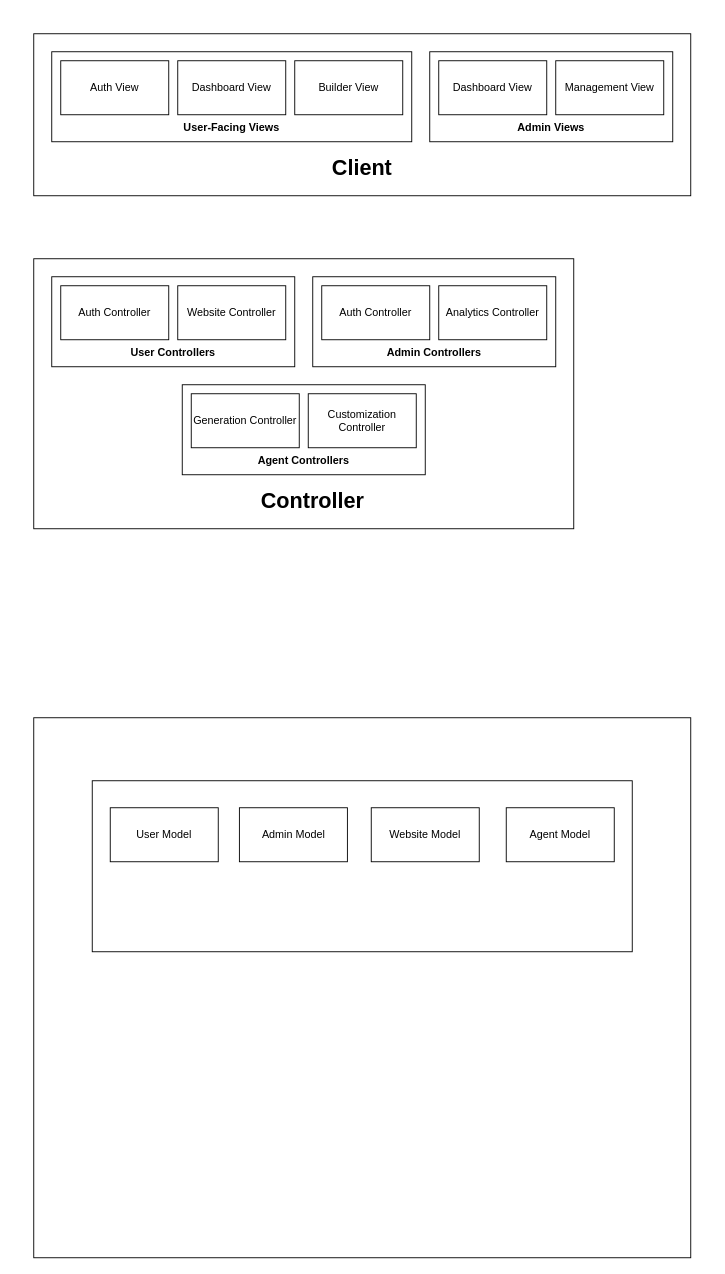
FrozenEnigma51051/Draw.io keeps this draw.io diagram as page "Page-8" (8 of 8) of Untitled Diagram.drawio. Above is the earlier version. Source tidied: cells renumbered, new cells numbered last; positions are measured from the earlier drawing's top-left corner, leaving out a move shared by most shapes. Both pictures are drawn from the tidied source at 90%, with x=0, y=0 at pixel (33, 33).
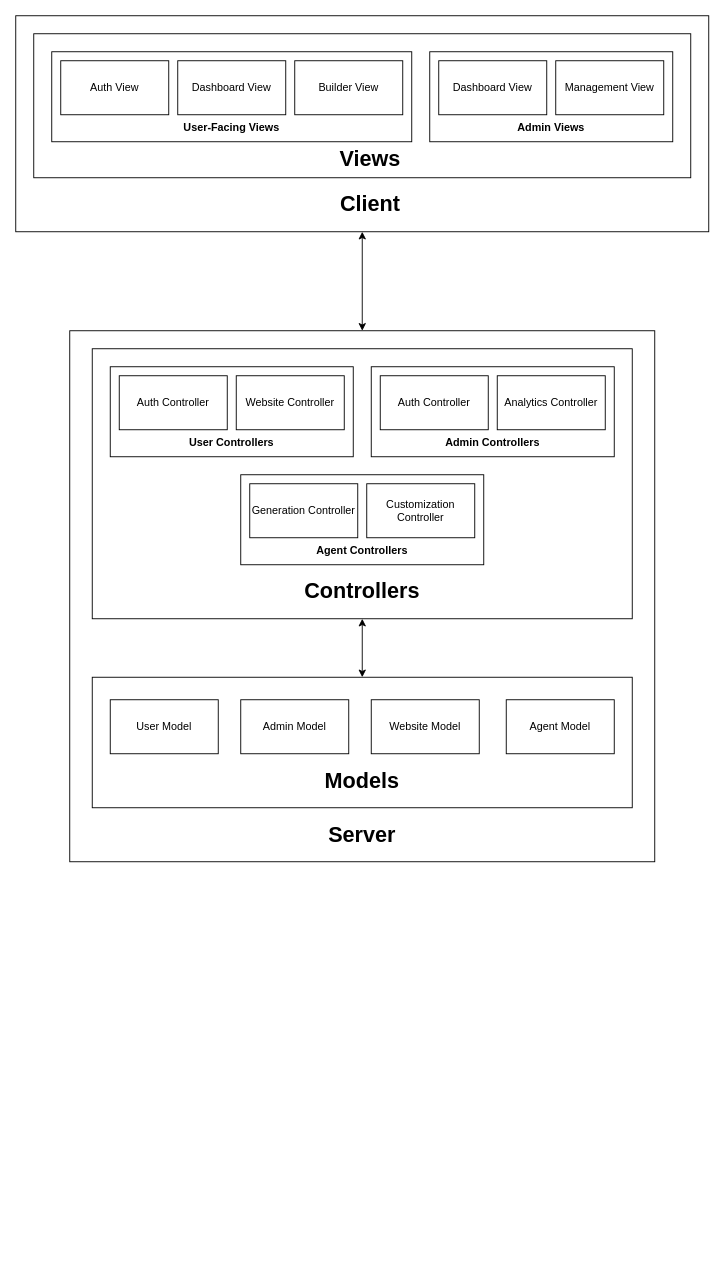
The same page after the edit.

The edit, as a diff of the source:
```diff
@@
     <mxCell id="2" style="rounded=0;whiteSpace=wrap;html=1;" parent="1" vertex="1">
-      <mxGeometry width="730" height="180" as="geometry" />
+      <mxGeometry x="-20" y="-20" width="770" height="240" as="geometry" />
     </mxCell>
+    <mxCell id="33" style="rounded=0;whiteSpace=wrap;html=1;" parent="1" vertex="1">
+      <mxGeometry width="730" height="160" as="geometry" />
+    </mxCell>
@@
     <mxCell id="12" value="&lt;font style=&quot;font-size: 24px;&quot;&gt;&lt;b&gt;Client&lt;/b&gt;&lt;/font&gt;" style="text;strokeColor=none;align=center;fillColor=none;html=1;verticalAlign=middle;whiteSpace=wrap;rounded=0;" parent="1" vertex="1">
-      <mxGeometry x="330" y="130" width="70" height="40" as="geometry" />
+      <mxGeometry x="339" y="170" width="70" height="40" as="geometry" />
     </mxCell>
     <mxCell id="13" style="rounded=0;whiteSpace=wrap;html=1;" parent="1" vertex="1">
-      <mxGeometry y="760" width="730" height="600" as="geometry" />
+      <mxGeometry x="40" y="330" width="650" height="590" as="geometry" />
     </mxCell>
     <mxCell id="14" style="rounded=0;whiteSpace=wrap;html=1;" parent="1" vertex="1">
-      <mxGeometry x="65" y="830" width="600" height="190" as="geometry" />
+      <mxGeometry x="65" y="715" width="600" height="145" as="geometry" />
     </mxCell>
     <mxCell id="15" value="User Model" style="rounded=0;whiteSpace=wrap;html=1;" parent="1" vertex="1">
-      <mxGeometry x="85" y="860" width="120" height="60" as="geometry" />
+      <mxGeometry x="85" y="740" width="120" height="60" as="geometry" />
     </mxCell>
     <mxCell id="16" value="Admin Model" style="rounded=0;whiteSpace=wrap;html=1;" parent="1" vertex="1">
-      <mxGeometry x="228.5" y="860" width="120" height="60" as="geometry" />
+      <mxGeometry x="230" y="740" width="120" height="60" as="geometry" />
     </mxCell>
     <mxCell id="17" value="Website Model" style="rounded=0;whiteSpace=wrap;html=1;" parent="1" vertex="1">
-      <mxGeometry x="375" y="860" width="120" height="60" as="geometry" />
+      <mxGeometry x="375" y="740" width="120" height="60" as="geometry" />
     </mxCell>
     <mxCell id="18" value="Agent Model" style="rounded=0;whiteSpace=wrap;html=1;" parent="1" vertex="1">
-      <mxGeometry x="525" y="860" width="120" height="60" as="geometry" />
+      <mxGeometry x="525" y="740" width="120" height="60" as="geometry" />
     </mxCell>
     <mxCell id="19" style="rounded=0;whiteSpace=wrap;html=1;" parent="1" vertex="1">
-      <mxGeometry y="250" width="600" height="300" as="geometry" />
+      <mxGeometry x="65" y="350" width="600" height="300" as="geometry" />
     </mxCell>
     <mxCell id="20" style="rounded=0;whiteSpace=wrap;html=1;" parent="1" vertex="1">
-      <mxGeometry x="20" y="270" width="270" height="100" as="geometry" />
+      <mxGeometry x="85" y="370" width="270" height="100" as="geometry" />
     </mxCell>
     <mxCell id="21" style="rounded=0;whiteSpace=wrap;html=1;" parent="1" vertex="1">
-      <mxGeometry x="310" y="270" width="270" height="100" as="geometry" />
+      <mxGeometry x="375" y="370" width="270" height="100" as="geometry" />
     </mxCell>
     <mxCell id="22" value="&lt;b&gt;User Controllers&lt;/b&gt;" style="text;strokeColor=none;align=center;fillColor=none;html=1;verticalAlign=middle;whiteSpace=wrap;rounded=0;" parent="1" vertex="1">
-      <mxGeometry x="100" y="340" width="110" height="30" as="geometry" />
+      <mxGeometry x="165" y="440" width="110" height="30" as="geometry" />
     </mxCell>
     <mxCell id="23" value="&lt;b&gt;Admin Controllers&lt;/b&gt;" style="text;strokeColor=none;align=center;fillColor=none;html=1;verticalAlign=middle;whiteSpace=wrap;rounded=0;" parent="1" vertex="1">
-      <mxGeometry x="390" y="340" width="110" height="30" as="geometry" />
+      <mxGeometry x="455" y="440" width="110" height="30" as="geometry" />
     </mxCell>
     <mxCell id="24" value="Auth Controller" style="rounded=0;whiteSpace=wrap;html=1;" parent="1" vertex="1">
-      <mxGeometry x="30" y="280" width="120" height="60" as="geometry" />
+      <mxGeometry x="95" y="380" width="120" height="60" as="geometry" />
     </mxCell>
     <mxCell id="25" value="Website Controller" style="rounded=0;whiteSpace=wrap;html=1;" parent="1" vertex="1">
-      <mxGeometry x="160" y="280" width="120" height="60" as="geometry" />
+      <mxGeometry x="225" y="380" width="120" height="60" as="geometry" />
     </mxCell>
     <mxCell id="26" value="Auth Controller" style="rounded=0;whiteSpace=wrap;html=1;" parent="1" vertex="1">
-      <mxGeometry x="320" y="280" width="120" height="60" as="geometry" />
+      <mxGeometry x="385" y="380" width="120" height="60" as="geometry" />
     </mxCell>
     <mxCell id="27" value="Analytics Controller" style="rounded=0;whiteSpace=wrap;html=1;" parent="1" vertex="1">
-      <mxGeometry x="450" y="280" width="120" height="60" as="geometry" />
+      <mxGeometry x="515" y="380" width="120" height="60" as="geometry" />
     </mxCell>
-    <mxCell id="28" value="&lt;span style=&quot;font-size: 24px;&quot;&gt;&lt;b&gt;Controller&lt;/b&gt;&lt;/span&gt;" style="text;strokeColor=none;align=center;fillColor=none;html=1;verticalAlign=middle;whiteSpace=wrap;rounded=0;" parent="1" vertex="1">
-      <mxGeometry x="275" y="500" width="70" height="40" as="geometry" />
+    <mxCell id="28" value="&lt;span style=&quot;font-size: 24px;&quot;&gt;&lt;b&gt;Controllers&lt;/b&gt;&lt;/span&gt;" style="text;strokeColor=none;align=center;fillColor=none;html=1;verticalAlign=middle;whiteSpace=wrap;rounded=0;" parent="1" vertex="1">
+      <mxGeometry x="330" y="600" width="70" height="40" as="geometry" />
     </mxCell>
     <mxCell id="29" style="rounded=0;whiteSpace=wrap;html=1;" parent="1" vertex="1">
-      <mxGeometry x="165" y="390" width="270" height="100" as="geometry" />
+      <mxGeometry x="230" y="490" width="270" height="100" as="geometry" />
     </mxCell>
     <mxCell id="30" value="&lt;b&gt;Agent Controllers&lt;/b&gt;" style="text;strokeColor=none;align=center;fillColor=none;html=1;verticalAlign=middle;whiteSpace=wrap;rounded=0;" parent="1" vertex="1">
-      <mxGeometry x="245" y="460" width="110" height="30" as="geometry" />
+      <mxGeometry x="310" y="560" width="110" height="30" as="geometry" />
     </mxCell>
     <mxCell id="31" value="Generation Controller" style="rounded=0;whiteSpace=wrap;html=1;" parent="1" vertex="1">
-      <mxGeometry x="175" y="400" width="120" height="60" as="geometry" />
+      <mxGeometry x="240" y="500" width="120" height="60" as="geometry" />
     </mxCell>
     <mxCell id="32" value="Customization Controller" style="rounded=0;whiteSpace=wrap;html=1;" parent="1" vertex="1">
-      <mxGeometry x="305" y="400" width="120" height="60" as="geometry" />
+      <mxGeometry x="370" y="500" width="120" height="60" as="geometry" />
     </mxCell>
+    <mxCell id="34" value="&lt;span style=&quot;font-size: 24px;&quot;&gt;&lt;b&gt;Models&lt;/b&gt;&lt;/span&gt;" style="text;strokeColor=none;align=center;fillColor=none;html=1;verticalAlign=middle;whiteSpace=wrap;rounded=0;" parent="1" vertex="1">
+      <mxGeometry x="330" y="810" width="70" height="40" as="geometry" />
+    </mxCell>
+    <mxCell id="35" value="&lt;span style=&quot;font-size: 24px;&quot;&gt;&lt;b&gt;Server&lt;/b&gt;&lt;/span&gt;" style="text;strokeColor=none;align=center;fillColor=none;html=1;verticalAlign=middle;whiteSpace=wrap;rounded=0;" parent="1" vertex="1">
+      <mxGeometry x="330" y="870" width="70" height="40" as="geometry" />
+    </mxCell>
+    <mxCell id="36" value="&lt;span style=&quot;font-size: 24px;&quot;&gt;&lt;b&gt;Views&lt;/b&gt;&lt;/span&gt;" style="text;strokeColor=none;align=center;fillColor=none;html=1;verticalAlign=middle;whiteSpace=wrap;rounded=0;" parent="1" vertex="1">
+      <mxGeometry x="339" y="120" width="70" height="40" as="geometry" />
+    </mxCell>
+    <mxCell id="37" style="endArrow=classic;startArrow=classic;html=1;rounded=0;entryX=0.5;entryY=1;entryDx=0;entryDy=0;exitX=0.5;exitY=0;exitDx=0;exitDy=0;" parent="1" edge="1" source="13" target="2">
+      <mxGeometry relative="1" as="geometry" />
+    </mxCell>
+    <mxCell id="38" style="endArrow=classic;startArrow=classic;html=1;rounded=0;exitX=0.5;exitY=0;exitDx=0;exitDy=0;entryX=0.5;entryY=1;entryDx=0;entryDy=0;" parent="1" edge="1" source="14" target="19">
+      <mxGeometry relative="1" as="geometry" />
+    </mxCell>
```
